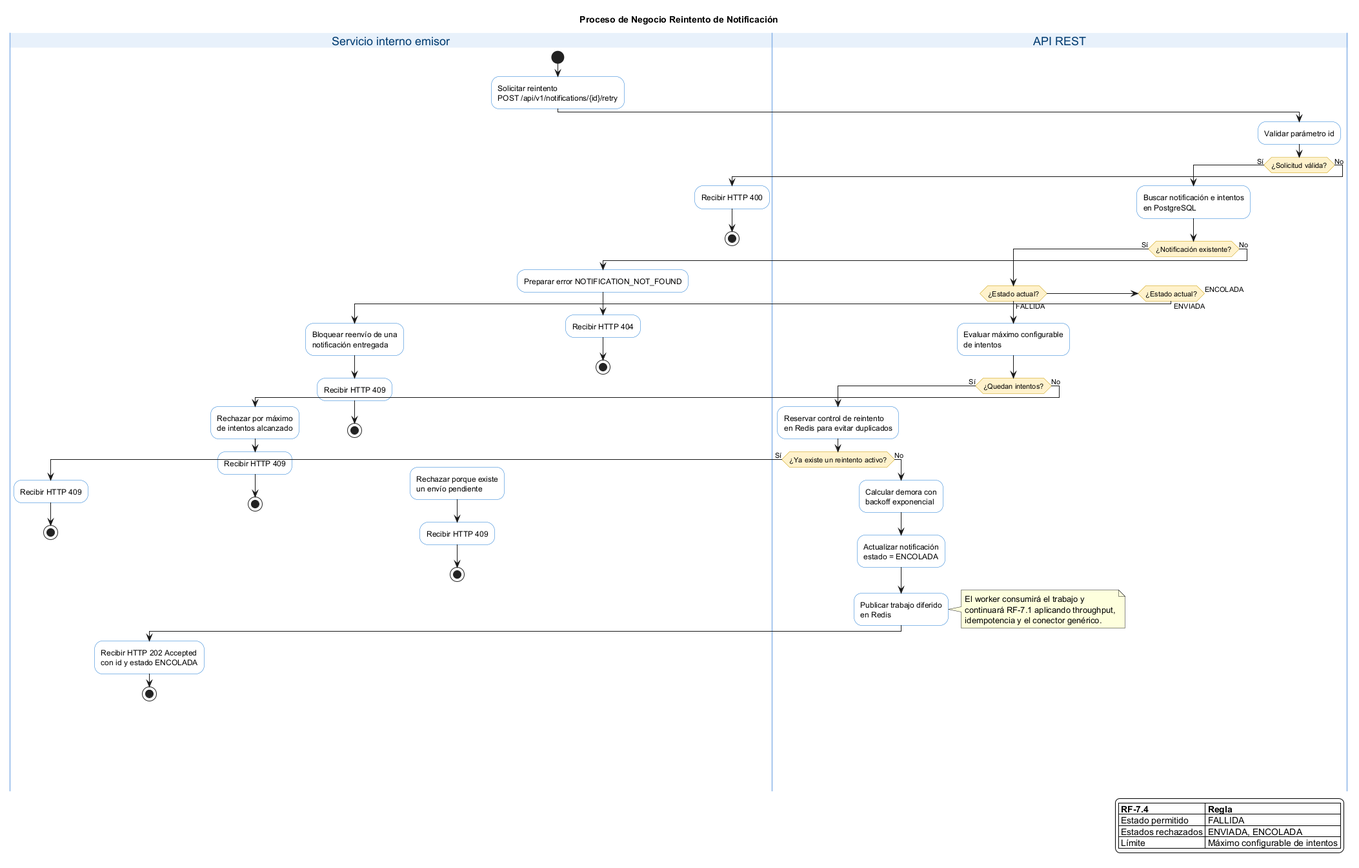
Above: notificaciones-architecture/diagrams/BP/reintento/notificaciones-04-bp-reintento.png in Frosmin/tigoBootcamp (PlantUML), before the change.
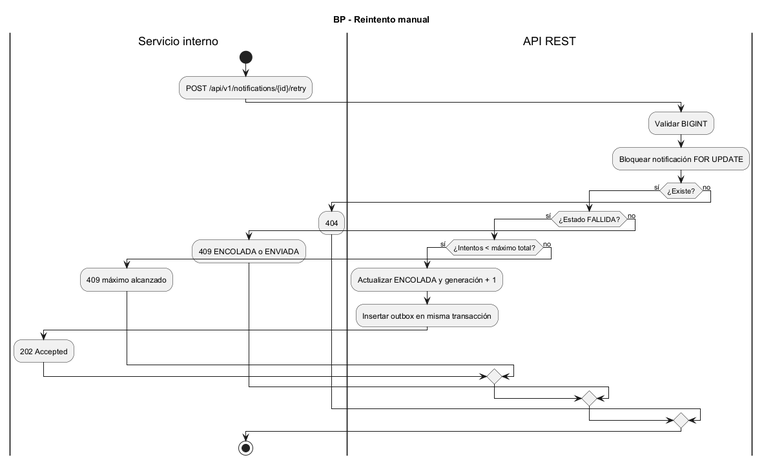
Above is the later version.

What changed in the source:
```diff
@@ -1,91 +1,29 @@
 @startuml notificaciones-04-bp-reintento
-
-title Proceso de Negocio Reintento de Notificación
-
-skinparam backgroundColor white
-skinparam shadowing false
-skinparam activity {
-    BackgroundColor white
-    BorderColor #1676D2
-    FontColor #000000
-    DiamondBackgroundColor #FFF2CC
-    DiamondBorderColor #C99A00
-    StartColor #222222
-    EndColor #222222
-    BarColor #1676D2
-}
-skinparam swimlane {
-    BorderColor #8AB4E8
-    TitleBackgroundColor #E8F1FB
-    TitleFontColor #003B70
-}
-
-|Servicio interno emisor|
+title BP - Reintento manual
+|Servicio interno|
 start
-:Solicitar reintento\nPOST /api/v1/notifications/{id}/retry;
-
+:POST /api/v1/notifications/{id}/retry;
 |API REST|
-:Validar parámetro id;
-
-if (¿Solicitud válida?) then (Sí)
-    :Buscar notificación e intentos\nen PostgreSQL;
-    if (¿Notificación existente?) then (Sí)
-        if (¿Estado actual?) then (FALLIDA)
-            :Evaluar máximo configurable\nde intentos;
-            if (¿Quedan intentos?) then (Sí)
-                :Reservar control de reintento\nen Redis para evitar duplicados;
-                if (¿Ya existe un reintento activo?) then (Sí)
-                    |Servicio interno emisor|
-                    :Recibir HTTP 409;
-                    stop
-                else (No)
-                    |API REST|
-                    :Calcular demora con\nbackoff exponencial;
-                    :Actualizar notificación\nestado = ENCOLADA;
-                    :Publicar trabajo diferido\nen Redis;
-                    note right
-                      El worker consumirá el trabajo y
-                      continuará RF-7.1 aplicando throughput,
-                      idempotencia y el conector genérico.
-                    end note
-                    |Servicio interno emisor|
-                    :Recibir HTTP 202 Accepted\ncon id y estado ENCOLADA;
-                    stop
-                endif
-            else (No)
-                :Rechazar por máximo\nde intentos alcanzado;
-                |Servicio interno emisor|
-                :Recibir HTTP 409;
-                stop
-            endif
-        elseif (¿Estado actual?) then (ENVIADA)
-            :Bloquear reenvío de una\nnotificación entregada;
-            |Servicio interno emisor|
-            :Recibir HTTP 409;
-            stop
-        else (ENCOLADA)
-            :Rechazar porque existe\nun envío pendiente;
-            |Servicio interno emisor|
-            :Recibir HTTP 409;
-            stop
-        endif
-    else (No)
-        :Preparar error NOTIFICATION_NOT_FOUND;
-        |Servicio interno emisor|
-        :Recibir HTTP 404;
-        stop
+:Validar BIGINT;
+:Bloquear notificación FOR UPDATE;
+if (¿Existe?) then (sí)
+  if (¿Estado FALLIDA?) then (sí)
+    if (¿Intentos < máximo total?) then (sí)
+      :Actualizar ENCOLADA y generación + 1;
+      :Insertar outbox en misma transacción;
+      |Servicio interno|
+      :202 Accepted;
+    else (no)
+      |Servicio interno|
+      :409 máximo alcanzado;
     endif
-else (No)
-    |Servicio interno emisor|
-    :Recibir HTTP 400;
-    stop
+  else (no)
+    |Servicio interno|
+    :409 ENCOLADA o ENVIADA;
+  endif
+else (no)
+  |Servicio interno|
+  :404;
 endif
-
-legend right
-|= RF-7.4 |= Regla |
-| Estado permitido | FALLIDA |
-| Estados rechazados | ENVIADA, ENCOLADA |
-| Límite | Máximo configurable de intentos |
-endlegend
-
+stop
 @enduml
```
